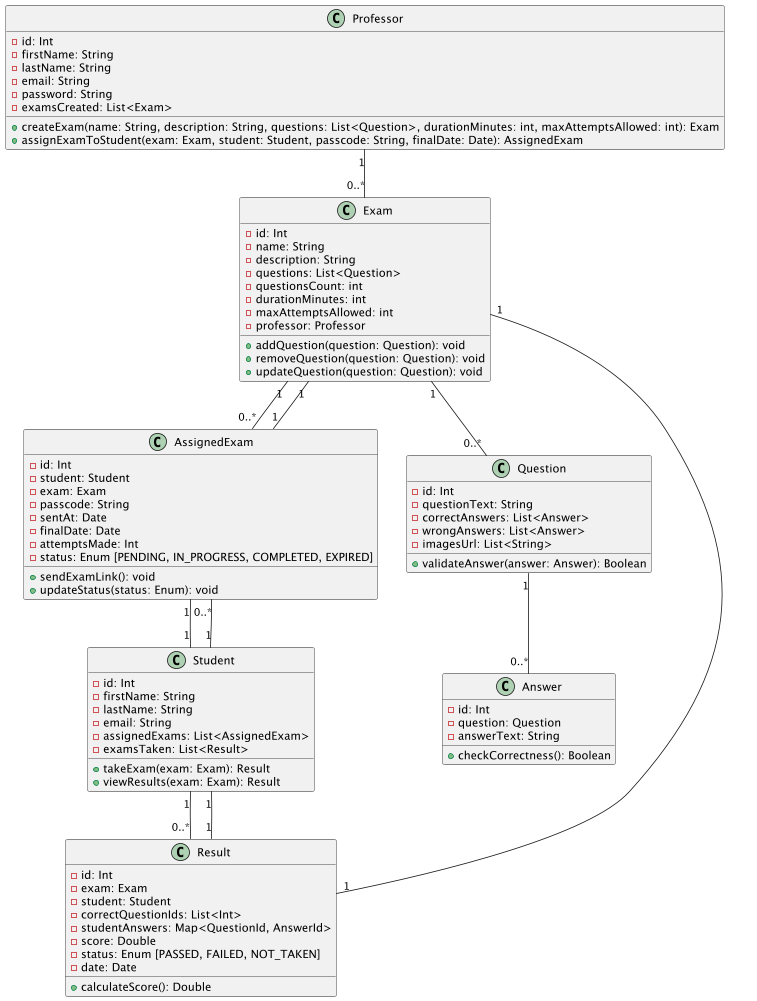
Above: diagrams/class-diagram.png in Aksaim-mohamed-amin/exams-app (PlantUML), before the change. Its diagram source:
```plantuml
@startuml

class Professor {
  - id: Int
  - firstName: String
  - lastName: String
  - email: String
  - password: String
  - examsCreated: List<Exam>
  + createExam(name: String, description: String, questions: List<Question>, durationMinutes: int, maxAttemptsAllowed: int): Exam
  + assignExamToStudent(exam: Exam, student: Student, passcode: String, finalDate: Date): AssignedExam
}

class Student {
  - id: Int
  - firstName: String
  - lastName: String
  - email: String
  - assignedExams: List<AssignedExam>
  - examsTaken: List<Result>
  + takeExam(exam: Exam): Result
  + viewResults(exam: Exam): Result
}

class Exam {
  - id: Int
  - name: String
  - description: String
  - questions: List<Question>
  - questionsCount: int
  - durationMinutes: int
  - maxAttemptsAllowed: int
  - professor: Professor
  + addQuestion(question: Question): void
  + removeQuestion(question: Question): void
  + updateQuestion(question: Question): void
}

class Result {
  - id: Int
  - exam: Exam
  - student: Student
  - correctQuestionIds: List<Int>
  - studentAnswers: Map<QuestionId, AnswerId>
  - score: Double
  - status: Enum [PASSED, FAILED, NOT_TAKEN]
  - date: Date
  + calculateScore(): Double
}

class AssignedExam {
  - id: Int
  - student: Student
  - exam: Exam
  - passcode: String
  - sentAt: Date
  - finalDate: Date
  - attemptsMade: Int
  - status: Enum [PENDING, IN_PROGRESS, COMPLETED, EXPIRED]
  + sendExamLink(): void
  + updateStatus(status: Enum): void
}


class Question {
  - id: Int
  - questionText: String
  - correctAnswers: List<Answer>
  - wrongAnswers: List<Answer>
  - imagesUrl: List<String>
  + validateAnswer(answer: Answer): Boolean
}

class Answer {
  - id: Int
  - question: Question
  - answerText: String
  + checkCorrectness(): Boolean
}

Student "1" -- "0..*" AssignedExam
Student "1" -- "0..*" Result
Professor "1" -- "0..*" Exam
Exam "1" -- "0..*" Question
Exam "1" -- "0..*" AssignedExam
AssignedExam "1" -- "1" Exam
AssignedExam "1" -- "1" Student
Result "1" -- "1" Exam
Result "1" -- "1" Student
Question "1" -- "0..*" Answer

@enduml
```
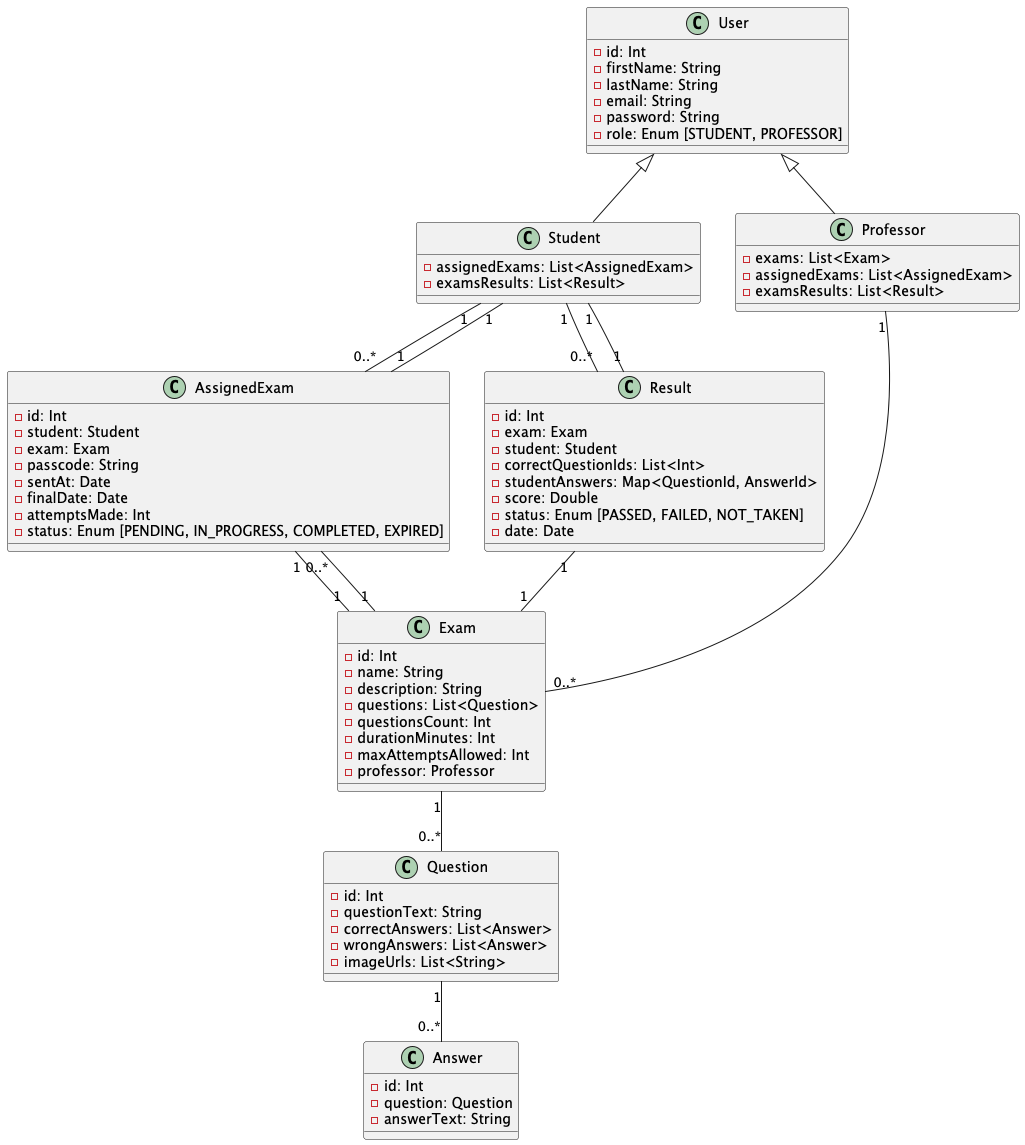
After the change.

What changed in the source:
```diff
@@ -1,81 +1,70 @@
 @startuml
 
-class Professor {
-  - id: Int
-  - firstName: String
-  - lastName: String
-  - email: String
-  - password: String
-  - examsCreated: List<Exam>
-  + createExam(name: String, description: String, questions: List<Question>, durationMinutes: int, maxAttemptsAllowed: int): Exam
-  + assignExamToStudent(exam: Exam, student: Student, passcode: String, finalDate: Date): AssignedExam
+class User {
+    - id: Int
+    - firstName: String
+    - lastName: String
+    - email: String
+    - password: String
+    - role: Enum [STUDENT, PROFESSOR]
 }
 
-class Student {
-  - id: Int
-  - firstName: String
-  - lastName: String
-  - email: String
-  - assignedExams: List<AssignedExam>
-  - examsTaken: List<Result>
-  + takeExam(exam: Exam): Result
-  + viewResults(exam: Exam): Result
+class Student extends User {
+    - assignedExams: List<AssignedExam>
+    - examsResults: List<Result>
+}
+
+class Professor extends User {
+    - exams: List<Exam>
+    - assignedExams: List<AssignedExam>
+    - examsResults: List<Result>
 }
 
 class Exam {
-  - id: Int
-  - name: String
-  - description: String
-  - questions: List<Question>
-  - questionsCount: int
-  - durationMinutes: int
-  - maxAttemptsAllowed: int
-  - professor: Professor
-  + addQuestion(question: Question): void
-  + removeQuestion(question: Question): void
-  + updateQuestion(question: Question): void
+    - id: Int
+    - name: String
+    - description: String
+    - questions: List<Question>
+    - questionsCount: Int
+    - durationMinutes: Int
+    - maxAttemptsAllowed: Int
+    - professor: Professor
+}
+
+class AssignedExam {
+    - id: Int
+    - student: Student
+    - exam: Exam
+    - passcode: String
+    - sentAt: Date
+    - finalDate: Date
+    - attemptsMade: Int
+    - status: Enum [PENDING, IN_PROGRESS, COMPLETED, EXPIRED]
 }
 
 class Result {
-  - id: Int
-  - exam: Exam
-  - student: Student
-  - correctQuestionIds: List<Int>
-  - studentAnswers: Map<QuestionId, AnswerId>
-  - score: Double
-  - status: Enum [PASSED, FAILED, NOT_TAKEN]
-  - date: Date
-  + calculateScore(): Double
+    - id: Int
+    - exam: Exam
+    - student: Student
+    - correctQuestionIds: List<Int>
+    - studentAnswers: Map<QuestionId, AnswerId>
+    - score: Double
+    - status: Enum [PASSED, FAILED, NOT_TAKEN]
+    - date: Date
 }
 
-class AssignedExam {
-  - id: Int
-  - student: Student
-  - exam: Exam
-  - passcode: String
-  - sentAt: Date
-  - finalDate: Date
-  - attemptsMade: Int
-  - status: Enum [PENDING, IN_PROGRESS, COMPLETED, EXPIRED]
-  + sendExamLink(): void
-  + updateStatus(status: Enum): void
-}
-
-
 class Question {
-  - id: Int
-  - questionText: String
-  - correctAnswers: List<Answer>
-  - wrongAnswers: List<Answer>
-  - imagesUrl: List<String>
-  + validateAnswer(answer: Answer): Boolean
+    - id: Int
+    - questionText: String
+    - correctAnswers: List<Answer>
+    - wrongAnswers: List<Answer>
+    - imageUrls: List<String>
 }
 
 class Answer {
-  - id: Int
-  - question: Question
-  - answerText: String
-  + checkCorrectness(): Boolean
+    - id: Int
+    - question: Question
+    - answerText: String
 }
 
 Student "1" -- "0..*" AssignedExam
```
